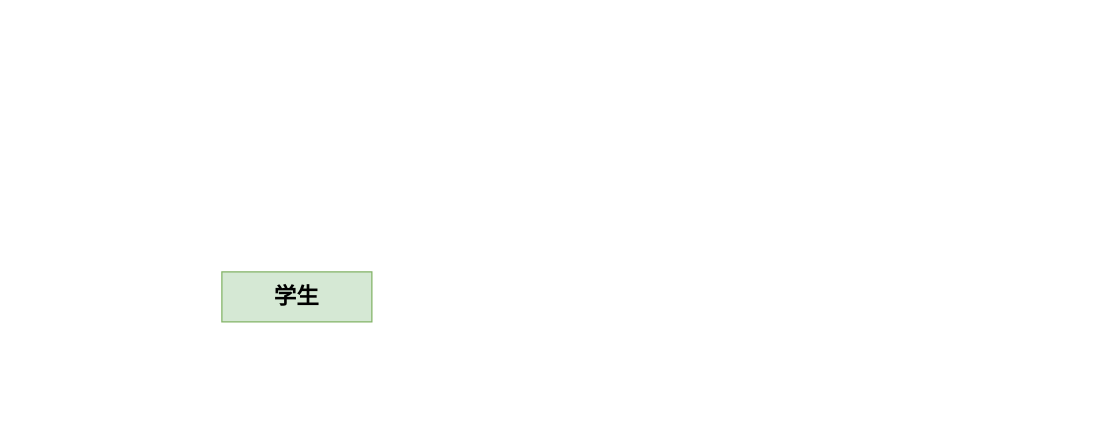
Earlier version of the draw.io diagram CS/SoftwareEngineering/Diagrams.drawio (umiskky/Diagrams). Source tidied: cells renumbered, new cells numbered last; positions are measured from the earlier drawing's top-left corner, leaving out a move shared by most shapes. Both pictures are drawn from the tidied source at 125%, with x=0, y=0 at pixel (221, 271).
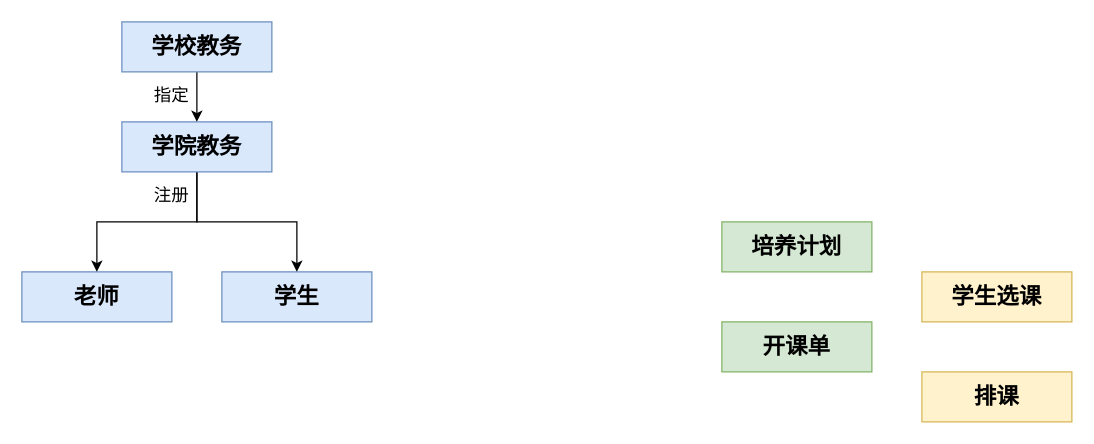
After the change.

What changed in the source:
```diff
@@
 <mxGraphModel>
   <root>
     <mxCell id="0" />
     <mxCell id="1" parent="0" />
-    <mxCell id="2" value="&lt;font style=&quot;font-size: 18px&quot; face=&quot;Comic Sans MS&quot;&gt;&lt;b&gt;学生&lt;/b&gt;&lt;/font&gt;" style="rounded=0;whiteSpace=wrap;html=1;fillColor=#d5e8d4;strokeColor=#82b366;" parent="1" vertex="1">
+    <mxCell id="2" value="&lt;font style=&quot;font-size: 18px&quot; face=&quot;Comic Sans MS&quot;&gt;&lt;b&gt;学生&lt;/b&gt;&lt;/font&gt;" style="rounded=0;whiteSpace=wrap;html=1;fillColor=#dae8fc;strokeColor=#6c8ebf;" parent="1" vertex="1">
       <mxGeometry width="120" height="40" as="geometry" />
     </mxCell>
+    <mxCell id="3" value="&lt;font style=&quot;font-size: 18px&quot; face=&quot;Comic Sans MS&quot;&gt;&lt;b&gt;培养计划&lt;/b&gt;&lt;/font&gt;" style="rounded=0;whiteSpace=wrap;html=1;fillColor=#d5e8d4;strokeColor=#82b366;" parent="1" vertex="1">
+      <mxGeometry x="400" y="-40" width="120" height="40" as="geometry" />
+    </mxCell>
+    <mxCell id="4" value="&lt;font face=&quot;Comic Sans MS&quot;&gt;&lt;span style=&quot;font-size: 18px&quot;&gt;&lt;b&gt;开课单&lt;/b&gt;&lt;/span&gt;&lt;/font&gt;" style="rounded=0;whiteSpace=wrap;html=1;fillColor=#d5e8d4;strokeColor=#82b366;" parent="1" vertex="1">
+      <mxGeometry x="400" y="40" width="120" height="40" as="geometry" />
+    </mxCell>
+    <mxCell id="5" value="&lt;font face=&quot;Comic Sans MS&quot;&gt;&lt;span style=&quot;font-size: 18px&quot;&gt;&lt;b&gt;排课&lt;/b&gt;&lt;/span&gt;&lt;/font&gt;" style="rounded=0;whiteSpace=wrap;html=1;fillColor=#fff2cc;strokeColor=#d6b656;" parent="1" vertex="1">
+      <mxGeometry x="560" y="80" width="120" height="40" as="geometry" />
+    </mxCell>
+    <mxCell id="6" value="&lt;b style=&quot;font-family: &amp;#34;comic sans ms&amp;#34; ; font-size: 18px&quot;&gt;学生选课&lt;/b&gt;" style="rounded=0;whiteSpace=wrap;html=1;fillColor=#fff2cc;strokeColor=#d6b656;" parent="1" vertex="1">
+      <mxGeometry x="560" width="120" height="40" as="geometry" />
+    </mxCell>
+    <mxCell id="7" value="&lt;font style=&quot;font-size: 18px&quot; face=&quot;Comic Sans MS&quot;&gt;&lt;b&gt;老师&lt;/b&gt;&lt;/font&gt;" style="rounded=0;whiteSpace=wrap;html=1;fillColor=#dae8fc;strokeColor=#6c8ebf;" parent="1" vertex="1">
+      <mxGeometry x="-160" width="120" height="40" as="geometry" />
+    </mxCell>
+    <mxCell id="8" style="edgeStyle=orthogonalEdgeStyle;rounded=0;jettySize=auto;html=1;exitX=0.5;exitY=1;exitDx=0;exitDy=0;entryX=0.5;entryY=0;entryDx=0;entryDy=0;" parent="1" edge="1" source="10" target="7">
+      <mxGeometry relative="1" as="geometry" />
+    </mxCell>
+    <mxCell id="9" style="edgeStyle=orthogonalEdgeStyle;rounded=0;jettySize=auto;html=1;exitX=0.5;exitY=1;exitDx=0;exitDy=0;" parent="1" edge="1" source="10" target="2">
+      <mxGeometry relative="1" as="geometry" />
+    </mxCell>
+    <mxCell id="10" value="&lt;font style=&quot;font-size: 18px&quot; face=&quot;Comic Sans MS&quot;&gt;&lt;b&gt;学院教务&lt;/b&gt;&lt;/font&gt;" style="rounded=0;whiteSpace=wrap;html=1;fillColor=#dae8fc;strokeColor=#6c8ebf;" parent="1" vertex="1">
+      <mxGeometry x="-80" y="-120" width="120" height="40" as="geometry" />
+    </mxCell>
+    <mxCell id="11" style="edgeStyle=orthogonalEdgeStyle;rounded=0;jettySize=auto;html=1;exitX=0.5;exitY=1;exitDx=0;exitDy=0;" parent="1" edge="1" source="12" target="10">
+      <mxGeometry relative="1" as="geometry" />
+    </mxCell>
+    <mxCell id="12" value="&lt;font style=&quot;font-size: 18px&quot; face=&quot;Comic Sans MS&quot;&gt;&lt;b&gt;学校教务&lt;/b&gt;&lt;/font&gt;" style="rounded=0;whiteSpace=wrap;html=1;fillColor=#dae8fc;strokeColor=#6c8ebf;" parent="1" vertex="1">
+      <mxGeometry x="-80" y="-200" width="120" height="40" as="geometry" />
+    </mxCell>
+    <mxCell id="13" value="&lt;font style=&quot;font-size: 14px&quot; face=&quot;Comic Sans MS&quot;&gt;注册&lt;/font&gt;" style="text;html=1;strokeColor=none;fillColor=none;align=center;verticalAlign=middle;whiteSpace=wrap;rounded=0;" parent="1" vertex="1">
+      <mxGeometry x="-60" y="-70" width="40" height="20" as="geometry" />
+    </mxCell>
+    <mxCell id="14" value="&lt;font style=&quot;font-size: 14px&quot; face=&quot;Comic Sans MS&quot;&gt;指定&lt;/font&gt;" style="text;html=1;strokeColor=none;fillColor=none;align=center;verticalAlign=middle;whiteSpace=wrap;rounded=0;" parent="1" vertex="1">
+      <mxGeometry x="-60" y="-150" width="40" height="20" as="geometry" />
+    </mxCell>
   </root>
 </mxGraphModel>
```
